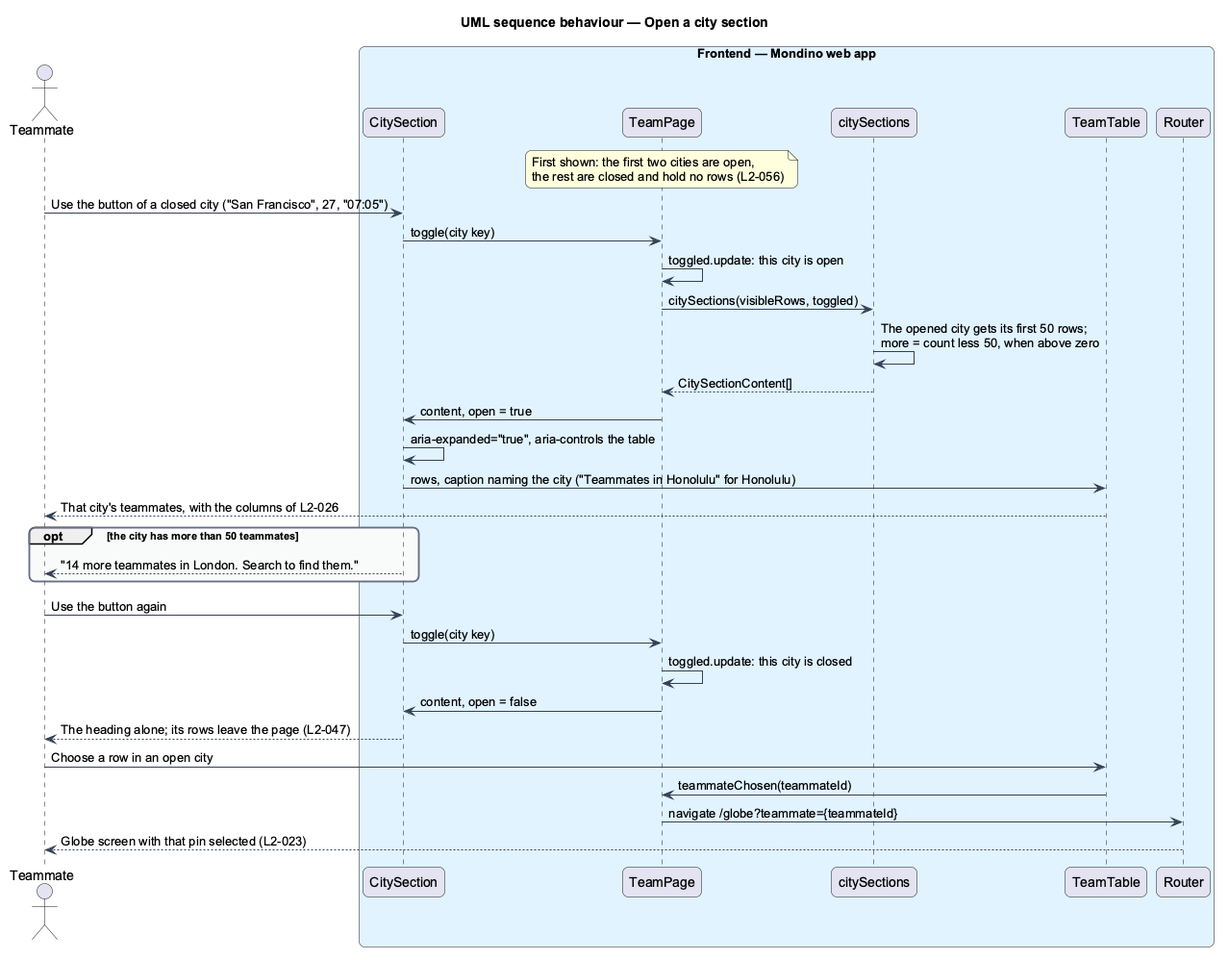
QuinntyneBrown/Mondino keeps this PlantUML diagram as docs/detailed-designs/team/view-team-through-the-day/diagrams/sequence-open-city-section.png. Above is the earlier version. Its diagram source:
```plantuml
@startuml
title UML sequence behaviour — Open a city section
skinparam backgroundColor #FFFFFF
skinparam shadowing false
skinparam roundcorner 12
skinparam defaultFontName Arial
skinparam ArrowColor #344054
skinparam rectangle {
  BorderColor #344054
  FontColor #101828
}
skinparam package {
  BorderColor #667085
  FontColor #101828
  BackgroundColor #F9FAFB
}
actor "Teammate" as actor
box "Frontend — Mondino web app" #E0F2FE
  participant "CitySection" as city
  participant "TeamPage" as page
  participant "citySections" as sections
  participant "TeamTable" as table
  participant "Router" as router
end box
note over page : First shown: the first two cities are open,\nthe rest are closed and hold no rows (L2-056)
actor -> city : Use the button of a closed city ("San Francisco", 27, "07:05")
city -> page : toggle(city key)
page -> page : toggled.update: this city is open
page -> sections : citySections(visibleRows, toggled)
sections -> sections : The opened city gets its first 50 rows;\nmore = count less 50, when above zero
sections --> page : CitySectionContent[]
page -> city : content, open = true
city -> city : aria-expanded="true", aria-controls the table
city -> table : rows, caption naming the city ("Teammates in Honolulu" for Honolulu)
table --> actor : That city's teammates, with the columns of L2-026
opt the city has more than 50 teammates
  city --> actor : "14 more teammates in London. Search to find them."
end
actor -> city : Use the button again
city -> page : toggle(city key)
page -> page : toggled.update: this city is closed
page -> city : content, open = false
city --> actor : The heading alone; its rows leave the page (L2-047)
actor -> table : Choose a row in an open city
table -> page : teammateChosen(teammateId)
page -> router : navigate /globe?teammate={teammateId}
router --> actor : Globe screen with that pin selected (L2-023)
@enduml
```
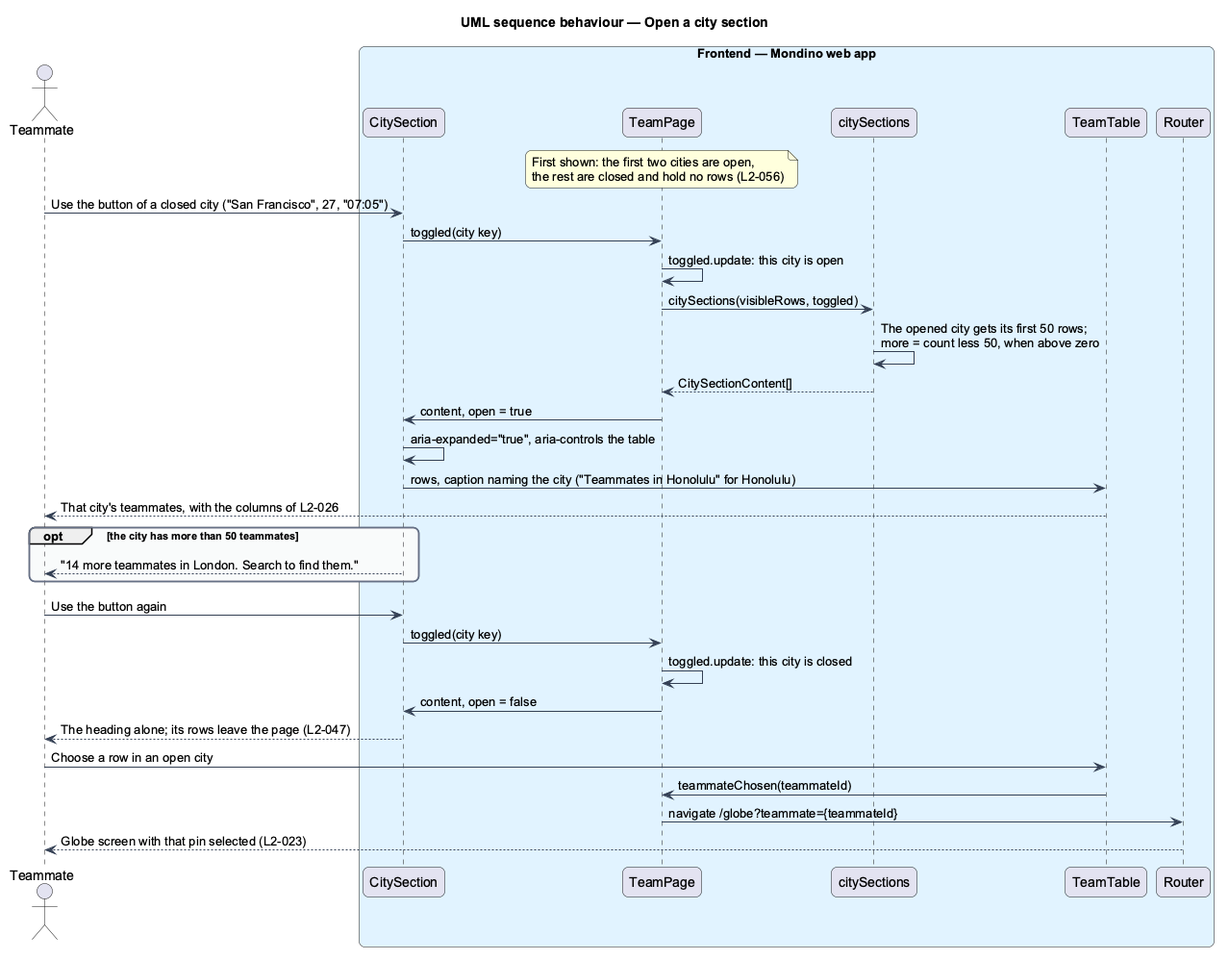
The same diagram one commit later.

Diff of the diagram source:
```diff
@@ -24,7 +24,7 @@
 end box
 note over page : First shown: the first two cities are open,\nthe rest are closed and hold no rows (L2-056)
 actor -> city : Use the button of a closed city ("San Francisco", 27, "07:05")
-city -> page : toggle(city key)
+city -> page : toggled(city key)
 page -> page : toggled.update: this city is open
 page -> sections : citySections(visibleRows, toggled)
 sections -> sections : The opened city gets its first 50 rows;\nmore = count less 50, when above zero
@@ -37,7 +37,7 @@
   city --> actor : "14 more teammates in London. Search to find them."
 end
 actor -> city : Use the button again
-city -> page : toggle(city key)
+city -> page : toggled(city key)
 page -> page : toggled.update: this city is closed
 page -> city : content, open = false
 city --> actor : The heading alone; its rows leave the page (L2-047)
```
